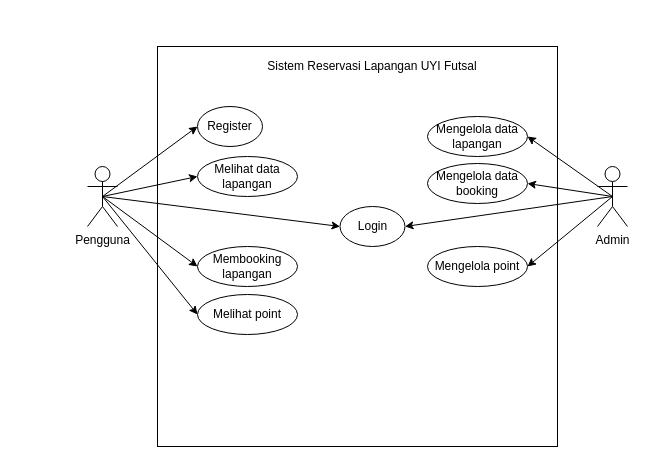
This is page "Use Case" (2 of 2) of docs/Diagram.drawio from mushonnip/uyifutsal, a draw.io file, before an edit. Source tidied: cells renumbered, new cells numbered last; positions are measured from the earlier drawing's top-left corner, leaving out a move shared by most shapes. Both pictures are drawn from the tidied source at 100%, with x=0, y=0 at pixel (87, 46).
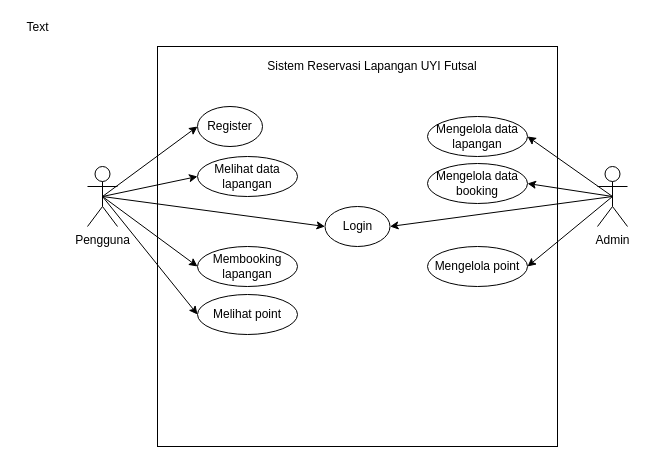
The same page after the edit.

What changed in the source:
```diff
@@
     <mxCell id="6" value="Login" style="ellipse;whiteSpace=wrap;html=1;" parent="1" vertex="1">
-      <mxGeometry x="252.5" y="160" width="65" height="40" as="geometry" />
+      <mxGeometry x="237.5" y="160" width="65" height="40" as="geometry" />
     </mxCell>
@@
+    <mxCell id="23" value="Text" style="text;html=1;align=center;verticalAlign=middle;" parent="1" vertex="1">
+      <mxGeometry x="-70" y="-29" width="40" height="20" as="geometry" />
+    </mxCell>
```
